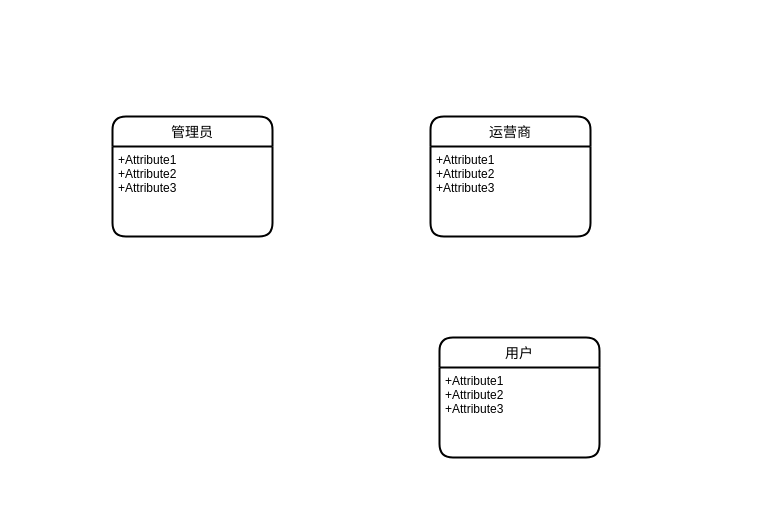
This is 外卖平台.drawio from laowang-cloud/diagrams, a draw.io file, before an edit. Source tidied: cells renumbered, new cells numbered last; positions are measured from the earlier drawing's top-left corner, leaving out a move shared by most shapes. Both pictures are drawn from the tidied source at 100%, with x=0, y=0 at pixel (112, 116).
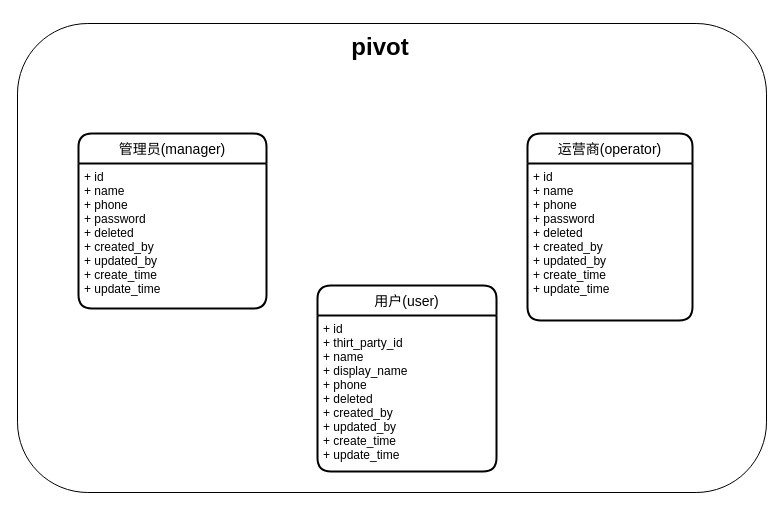
Above is the later version.

Commit message:
更新外卖平台.drawio

What changed in the source:
```diff
@@
 <mxGraphModel>
   <root>
     <mxCell id="0" />
     <mxCell id="1" parent="0" />
+    <mxCell id="8" style="rounded=1;whiteSpace=wrap;html=1;" parent="1" vertex="1">
+      <mxGeometry x="-95" y="-93" width="749" height="469" as="geometry" />
+    </mxCell>
-    <mxCell id="2" value="管理员" style="swimlane;horizontal=1;startSize=30;rounded=1;fontSize=14;fontStyle=0;strokeWidth=2;shadow=0;dashed=0;align=center;" parent="1" vertex="1">
-      <mxGeometry width="160" height="120" as="geometry" />
+    <mxCell id="2" value="管理员(manager)" style="swimlane;horizontal=1;startSize=30;rounded=1;fontSize=14;fontStyle=0;strokeWidth=2;shadow=0;dashed=0;align=center;" parent="1" vertex="1">
+      <mxGeometry x="-34" y="17" width="188" height="175" as="geometry" />
     </mxCell>
-    <mxCell id="3" value="+Attribute1&#10;+Attribute2&#10;+Attribute3" style="align=left;strokeColor=none;fillColor=none;spacingLeft=4;fontSize=12;verticalAlign=top;" parent="2" vertex="1">
-      <mxGeometry y="30" width="160" height="90" as="geometry" />
+    <mxCell id="3" value="+ id&#10;+ name&#10;+ phone&#10;+ password&#10;+ deleted&#10;+ created_by&#10;+ updated_by&#10;+ create_time&#10;+ update_time" style="align=left;strokeColor=none;fillColor=none;spacingLeft=4;fontSize=12;verticalAlign=top;" parent="2" vertex="1">
+      <mxGeometry y="30" width="188" height="145" as="geometry" />
     </mxCell>
-    <mxCell id="4" value="运营商" style="swimlane;horizontal=1;startSize=30;rounded=1;fontSize=14;fontStyle=0;strokeWidth=2;shadow=0;dashed=0;align=center;" parent="1" vertex="1">
-      <mxGeometry x="318" width="160" height="120" as="geometry" />
+    <mxCell id="4" value="运营商(operator)" style="swimlane;horizontal=1;startSize=30;rounded=1;fontSize=14;fontStyle=0;strokeWidth=2;shadow=0;dashed=0;align=center;" parent="1" vertex="1">
+      <mxGeometry x="415" y="17" width="165" height="187" as="geometry" />
     </mxCell>
-    <mxCell id="5" value="+Attribute1&#10;+Attribute2&#10;+Attribute3" style="align=left;strokeColor=none;fillColor=none;spacingLeft=4;fontSize=12;verticalAlign=top;" parent="4" vertex="1">
-      <mxGeometry y="30" width="160" height="90" as="geometry" />
+    <mxCell id="5" value="+ id&#10;+ name&#10;+ phone&#10;+ password&#10;+ deleted&#10;+ created_by&#10;+ updated_by&#10;+ create_time&#10;+ update_time" style="align=left;strokeColor=none;fillColor=none;spacingLeft=4;fontSize=12;verticalAlign=top;" parent="4" vertex="1">
+      <mxGeometry y="30" width="165" height="157" as="geometry" />
     </mxCell>
-    <mxCell id="6" value="用户" style="swimlane;horizontal=1;startSize=30;rounded=1;fontSize=14;fontStyle=0;strokeWidth=2;shadow=0;dashed=0;align=center;" parent="1" vertex="1">
-      <mxGeometry x="327" y="221" width="160" height="120" as="geometry" />
+    <mxCell id="6" value="用户(user)" style="swimlane;horizontal=1;startSize=30;rounded=1;fontSize=14;fontStyle=0;strokeWidth=2;shadow=0;dashed=0;align=center;" parent="1" vertex="1">
+      <mxGeometry x="205" y="169" width="179" height="186" as="geometry" />
     </mxCell>
-    <mxCell id="7" value="+Attribute1&#10;+Attribute2&#10;+Attribute3" style="align=left;strokeColor=none;fillColor=none;spacingLeft=4;fontSize=12;verticalAlign=top;" parent="6" vertex="1">
-      <mxGeometry y="30" width="160" height="90" as="geometry" />
+    <mxCell id="7" value="+ id&#10;+ thirt_party_id&#10;+ name&#10;+ display_name&#10;+ phone&#10;+ deleted&#10;+ created_by&#10;+ updated_by&#10;+ create_time&#10;+ update_time" style="align=left;strokeColor=none;fillColor=none;spacingLeft=4;fontSize=12;verticalAlign=top;" parent="6" vertex="1">
+      <mxGeometry y="30" width="179" height="156" as="geometry" />
     </mxCell>
+    <mxCell id="9" value="&lt;h1&gt;pivot&lt;/h1&gt;" style="text;html=1;strokeColor=none;fillColor=none;align=center;verticalAlign=middle;whiteSpace=wrap;rounded=0;" parent="1" vertex="1">
+      <mxGeometry x="238" y="-84" width="60" height="30" as="geometry" />
+    </mxCell>
   </root>
 </mxGraphModel>
```
